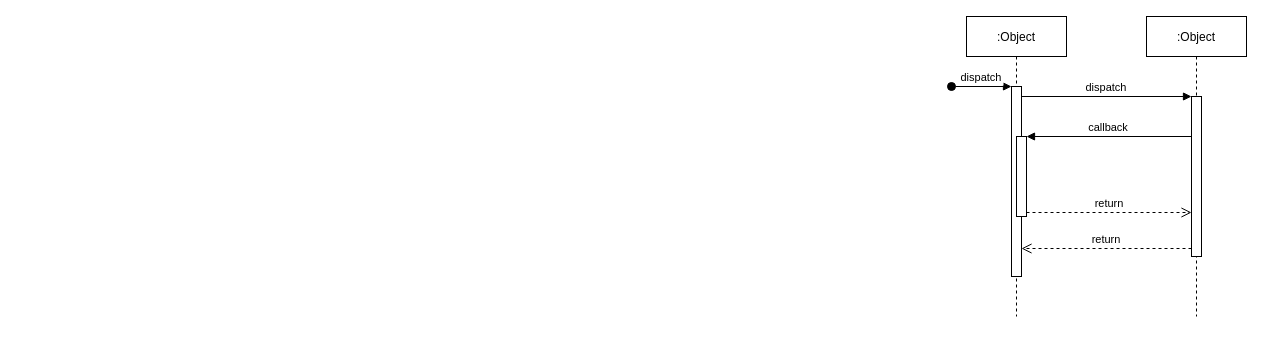
This is Untitled Diagram.drawio from xukun311/testGit, a draw.io file, before an edit. Source tidied: cells renumbered, new cells numbered last; positions are measured from the earlier drawing's top-left corner, leaving out a move shared by most shapes. Both pictures are drawn from the tidied source at 100%, with x=0, y=0 at pixel (951, 16).
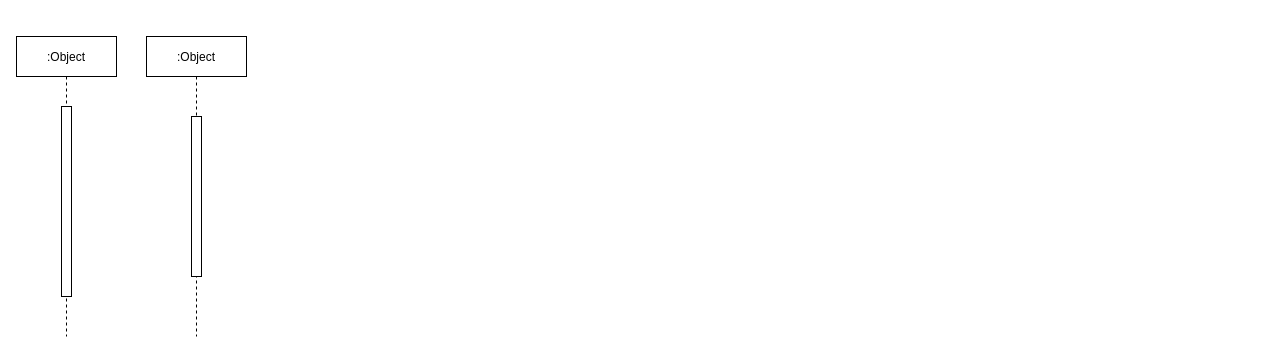
Above is the later version.

The edit, as a diff of the source:
```diff
@@
 <mxGraphModel>
   <root>
     <mxCell id="0" />
     <mxCell id="1" parent="0" />
     <mxCell id="2" value=":Object" style="shape=umlLifeline;perimeter=lifelinePerimeter;rounded=0;shadow=0;strokeWidth=1;" parent="1" vertex="1">
-      <mxGeometry x="15" width="100" height="300" as="geometry" />
+      <mxGeometry x="-935" y="20" width="100" height="300" as="geometry" />
     </mxCell>
     <mxCell id="3" style="points=[];perimeter=orthogonalPerimeter;rounded=0;shadow=0;strokeWidth=1;" parent="2" vertex="1">
       <mxGeometry x="45" y="70" width="10" height="190" as="geometry" />
     </mxCell>
-    <mxCell id="4" value="dispatch" style="verticalAlign=bottom;startArrow=oval;endArrow=block;startSize=8;shadow=0;strokeWidth=1;" parent="2" edge="1" target="3">
-      <mxGeometry relative="1" as="geometry">
-        <mxPoint x="-15" y="70" as="sourcePoint" />
-      </mxGeometry>
-    </mxCell>
-    <mxCell id="5" style="points=[];perimeter=orthogonalPerimeter;rounded=0;shadow=0;strokeWidth=1;" parent="2" vertex="1">
-      <mxGeometry x="50" y="120" width="10" height="80" as="geometry" />
-    </mxCell>
     <mxCell id="6" value=":Object" style="shape=umlLifeline;perimeter=lifelinePerimeter;rounded=0;shadow=0;strokeWidth=1;" parent="1" vertex="1">
-      <mxGeometry x="195" width="100" height="300" as="geometry" />
+      <mxGeometry x="-805" y="20" width="100" height="300" as="geometry" />
     </mxCell>
     <mxCell id="7" style="points=[];perimeter=orthogonalPerimeter;rounded=0;shadow=0;strokeWidth=1;" parent="6" vertex="1">
       <mxGeometry x="45" y="80" width="10" height="160" as="geometry" />
     </mxCell>
-    <mxCell id="8" value="return" style="verticalAlign=bottom;endArrow=open;dashed=1;endSize=8;exitX=0;exitY=0.95;shadow=0;strokeWidth=1;" parent="1" edge="1" source="7" target="3">
-      <mxGeometry relative="1" as="geometry" />
-    </mxCell>
-    <mxCell id="9" value="dispatch" style="verticalAlign=bottom;endArrow=block;entryX=0;entryY=0;shadow=0;strokeWidth=1;" parent="1" edge="1" source="3" target="7">
-      <mxGeometry relative="1" as="geometry" />
-    </mxCell>
-    <mxCell id="10" value="callback" style="verticalAlign=bottom;endArrow=block;entryX=1;entryY=0;shadow=0;strokeWidth=1;" parent="1" edge="1" source="7" target="5">
-      <mxGeometry relative="1" as="geometry" />
-    </mxCell>
-    <mxCell id="11" value="return" style="verticalAlign=bottom;endArrow=open;dashed=1;endSize=8;exitX=1;exitY=0.95;shadow=0;strokeWidth=1;" parent="1" edge="1" source="5" target="7">
-      <mxGeometry relative="1" as="geometry" />
-    </mxCell>
   </root>
 </mxGraphModel>
```
